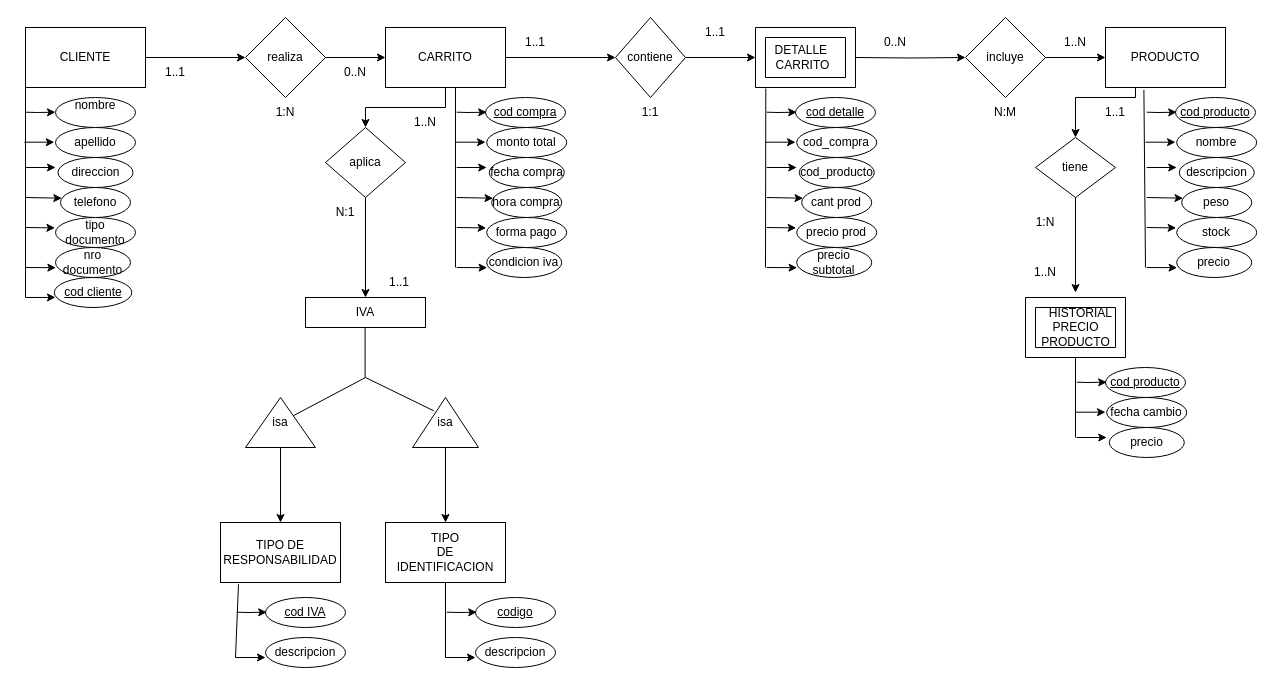
Before: Tp1eraparte.drawio in JuliMeier/baseDeDatos1Repo, a draw.io diagram. Source tidied: cells renumbered, new cells numbered last; positions are measured from the earlier drawing's top-left corner, leaving out a move shared by most shapes. Both pictures are drawn from the tidied source at 100%, with x=0, y=0 at pixel (24, 17).
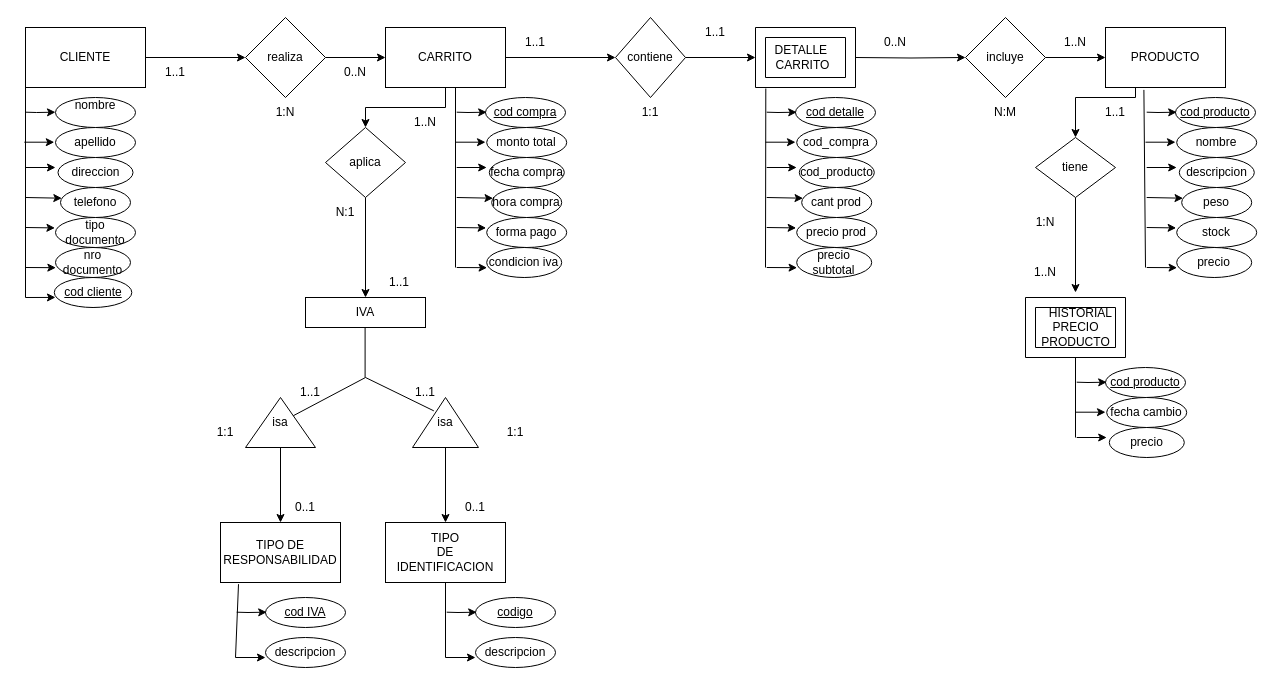
After the change.

Diff of the diagram source:
```diff
@@
+    <mxCell id="120" value="1..1" style="text;html=1;align=center;verticalAlign=middle;whiteSpace=wrap;rounded=0;" parent="1" vertex="1">
+      <mxGeometry x="256" y="360" width="60" height="30" as="geometry" />
+    </mxCell>
+    <mxCell id="121" value="1..1" style="text;html=1;align=center;verticalAlign=middle;whiteSpace=wrap;rounded=0;" parent="1" vertex="1">
+      <mxGeometry x="371" y="360" width="60" height="30" as="geometry" />
+    </mxCell>
+    <mxCell id="122" value="0..1" style="text;html=1;align=center;verticalAlign=middle;whiteSpace=wrap;rounded=0;" parent="1" vertex="1">
+      <mxGeometry x="251" y="475" width="60" height="30" as="geometry" />
+    </mxCell>
+    <mxCell id="123" value="0..1" style="text;html=1;align=center;verticalAlign=middle;whiteSpace=wrap;rounded=0;" parent="1" vertex="1">
+      <mxGeometry x="421" y="475" width="60" height="30" as="geometry" />
+    </mxCell>
+    <mxCell id="124" value="1:1" style="text;html=1;align=center;verticalAlign=middle;whiteSpace=wrap;rounded=0;" parent="1" vertex="1">
+      <mxGeometry x="171" y="400" width="60" height="30" as="geometry" />
+    </mxCell>
+    <mxCell id="125" value="1:1" style="text;html=1;align=center;verticalAlign=middle;whiteSpace=wrap;rounded=0;" parent="1" vertex="1">
+      <mxGeometry x="461" y="400" width="60" height="30" as="geometry" />
+    </mxCell>
```
